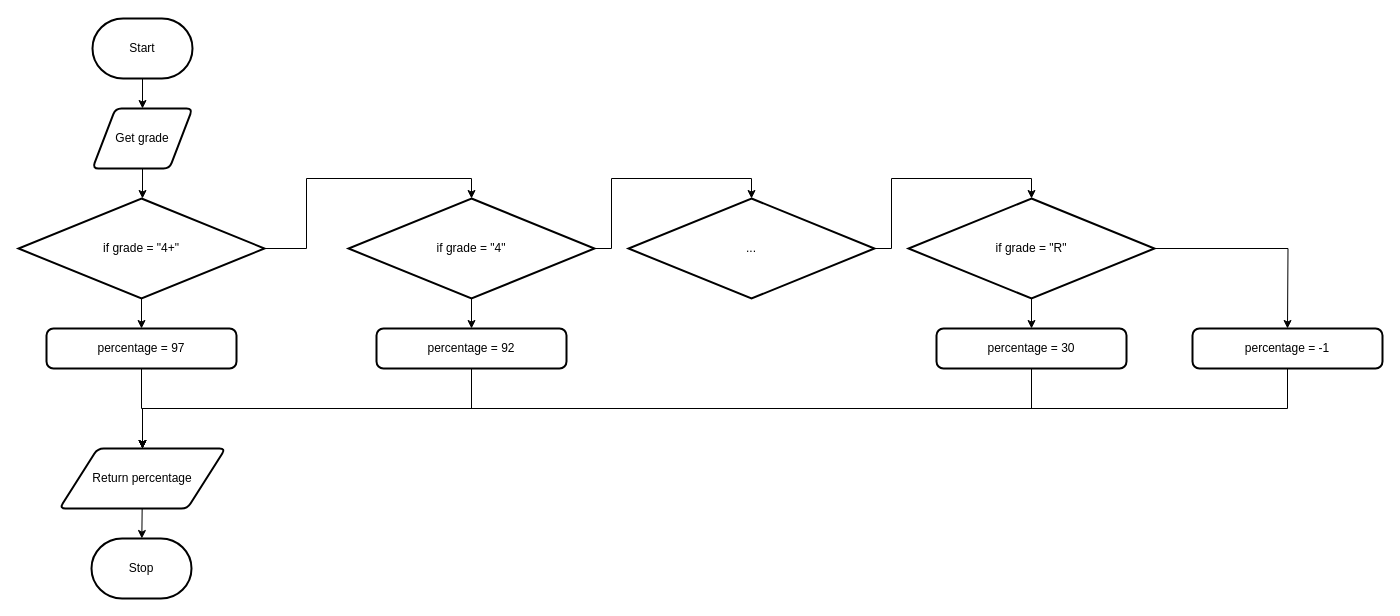
The draw.io diagram design.drawio in Samuel-Webster-178/ICS3U-Unit5-Unit5-03-Python, before the edit. Source tidied: cells renumbered, new cells numbered last; positions are measured from the earlier drawing's top-left corner, leaving out a move shared by most shapes. Both pictures are drawn from the tidied source at 100%, with x=0, y=0 at pixel (18, 18).
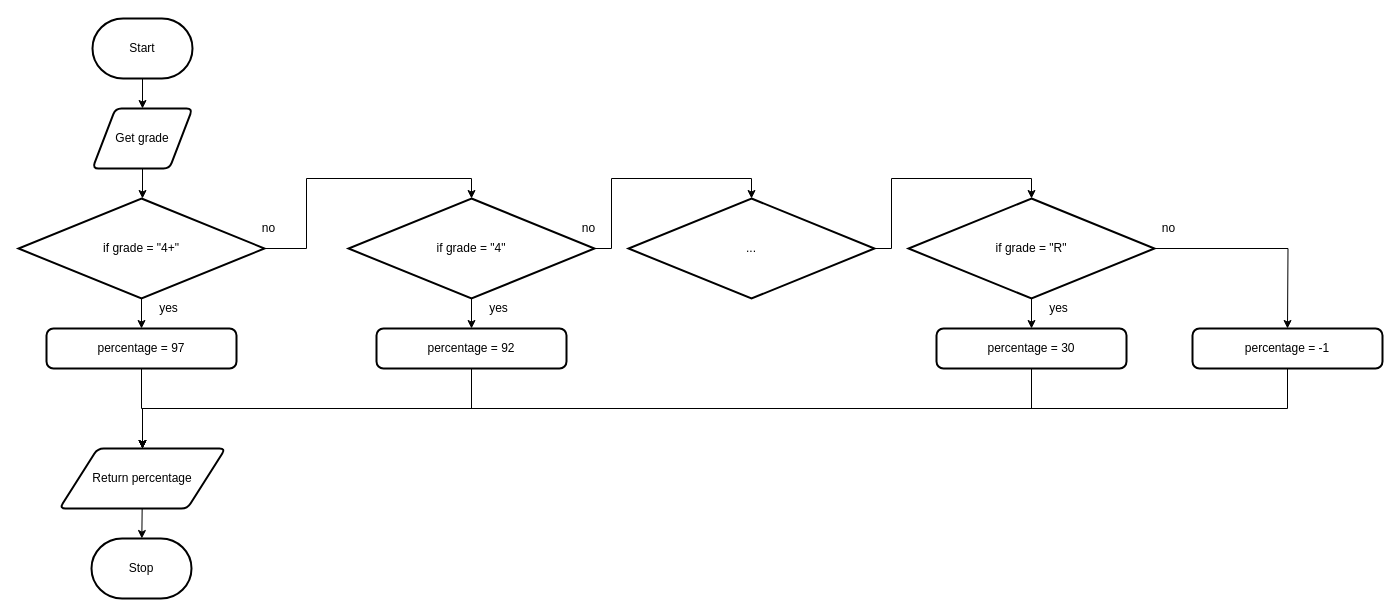
The same diagram, later.

Change to the diagram source:
```diff
@@
+    <mxCell id="28" value="yes" style="text;html=1;align=center;verticalAlign=middle;strokeColor=none;fillColor=none;" parent="1" vertex="1">
+      <mxGeometry x="135" y="280" width="30" height="20" as="geometry" />
+    </mxCell>
+    <mxCell id="29" value="no" style="text;html=1;align=center;verticalAlign=middle;strokeColor=none;fillColor=none;" parent="1" vertex="1">
+      <mxGeometry x="235" y="200" width="30" height="20" as="geometry" />
+    </mxCell>
+    <mxCell id="30" value="yes" style="text;html=1;align=center;verticalAlign=middle;strokeColor=none;fillColor=none;" parent="1" vertex="1">
+      <mxGeometry x="465" y="280" width="30" height="20" as="geometry" />
+    </mxCell>
+    <mxCell id="31" value="no" style="text;html=1;align=center;verticalAlign=middle;strokeColor=none;fillColor=none;" parent="1" vertex="1">
+      <mxGeometry x="555" y="200" width="30" height="20" as="geometry" />
+    </mxCell>
+    <mxCell id="32" value="yes" style="text;html=1;align=center;verticalAlign=middle;strokeColor=none;fillColor=none;" parent="1" vertex="1">
+      <mxGeometry x="1025" y="280" width="30" height="20" as="geometry" />
+    </mxCell>
+    <mxCell id="33" value="no" style="text;html=1;align=center;verticalAlign=middle;strokeColor=none;fillColor=none;" parent="1" vertex="1">
+      <mxGeometry x="1135" y="200" width="30" height="20" as="geometry" />
+    </mxCell>
```
